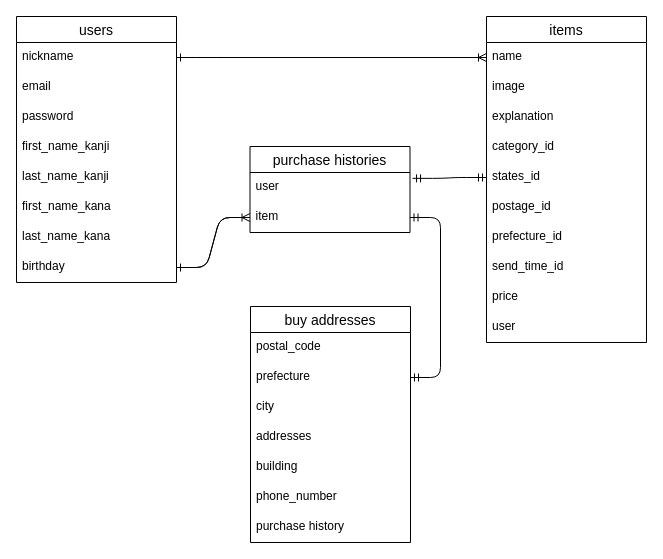
Earlier version of the draw.io diagram ER.dio (kazukiti123/furima-38075). Source tidied: cells renumbered, new cells numbered last; positions are measured from the earlier drawing's top-left corner, leaving out a move shared by most shapes. Both pictures are drawn from the tidied source at 100%, with x=0, y=0 at pixel (16, 16).
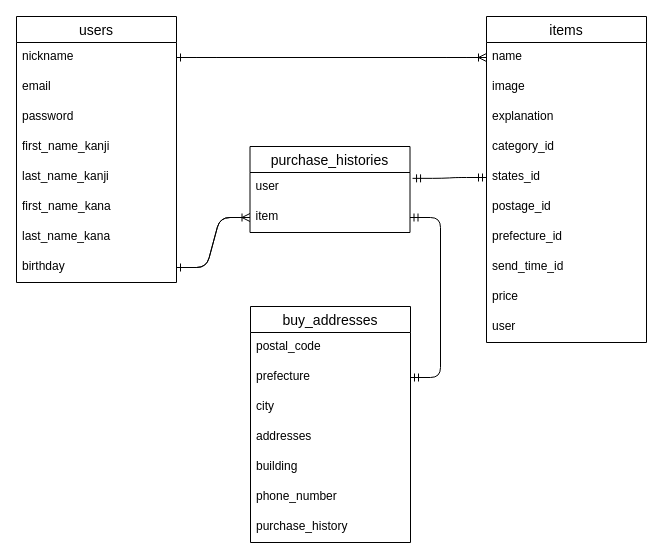
The same page after the edit.

Commit message (it also covers changes not shown here):
スネークケースへの修正

What changed in the source:
```diff
@@
-    <mxCell id="22" value="buy addresses" style="swimlane;fontStyle=0;horizontal=1;startSize=26;align=center;fontSize=14;" parent="1" vertex="1">
+    <mxCell id="22" value="buy_addresses" style="swimlane;fontStyle=0;horizontal=1;startSize=26;align=center;fontSize=14;" parent="1" vertex="1">
       <mxGeometry x="234" y="290" width="160" height="236" as="geometry" />
     </mxCell>
@@
-    <mxCell id="29" value="purchase history" style="text;strokeColor=none;fillColor=none;spacingLeft=4;spacingRight=4;overflow=hidden;fontSize=12;" parent="22" vertex="1">
+    <mxCell id="29" value="purchase_history" style="text;strokeColor=none;fillColor=none;spacingLeft=4;spacingRight=4;overflow=hidden;fontSize=12;" parent="22" vertex="1">
       <mxGeometry y="206" width="160" height="30" as="geometry" />
     </mxCell>
@@
-    <mxCell id="31" value="purchase histories" style="swimlane;fontStyle=0;horizontal=1;startSize=26;align=center;fontSize=14;" parent="1" vertex="1">
+    <mxCell id="31" value="purchase_histories" style="swimlane;fontStyle=0;horizontal=1;startSize=26;align=center;fontSize=14;" parent="1" vertex="1">
       <mxGeometry x="233.5" y="130" width="160" height="86" as="geometry" />
     </mxCell>
```
